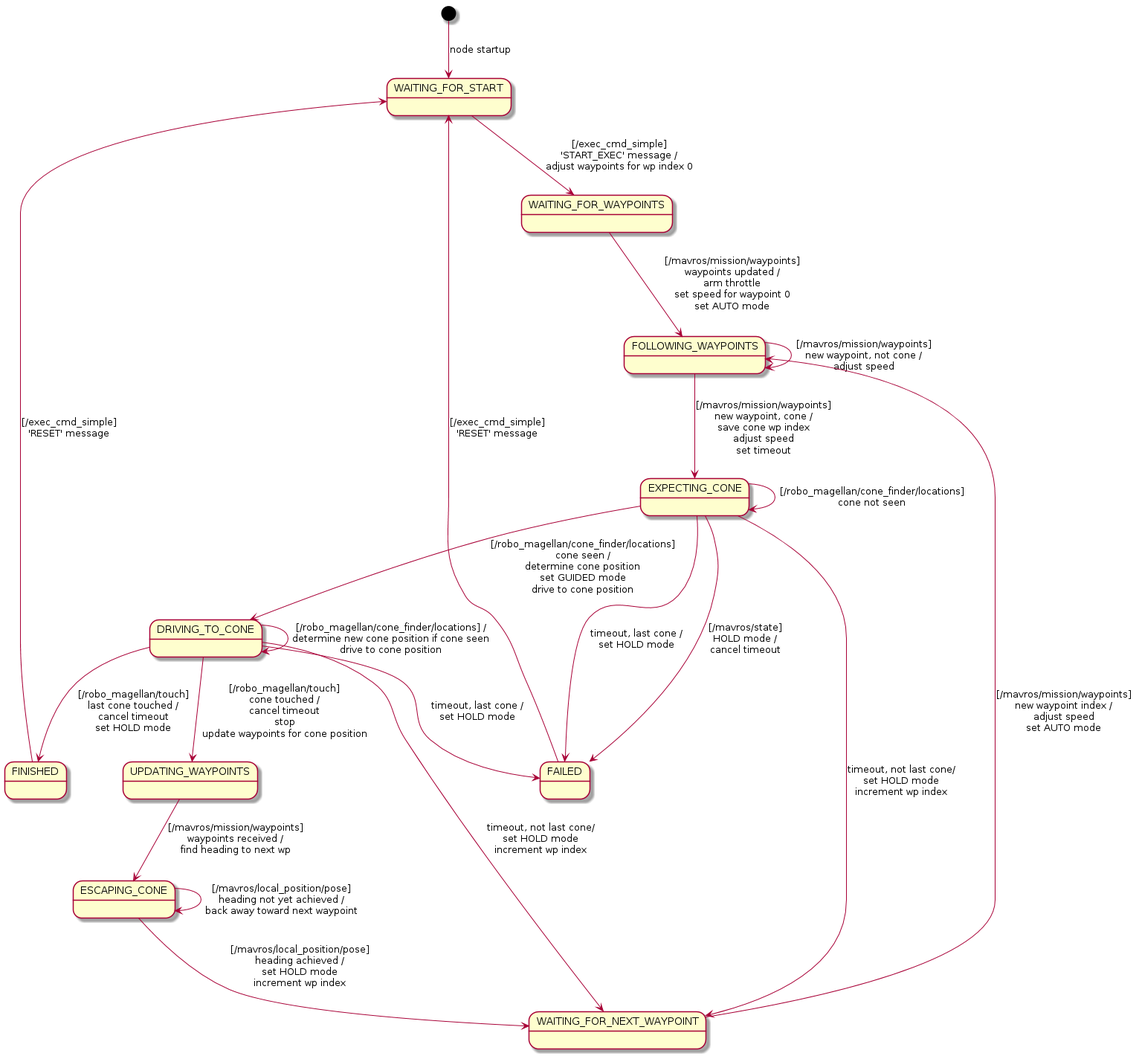
This is doc/state-diagram.png from ProgrammingRobotsStudyGroup/robo_magellan, a PlantUML export, as it was before one commit.
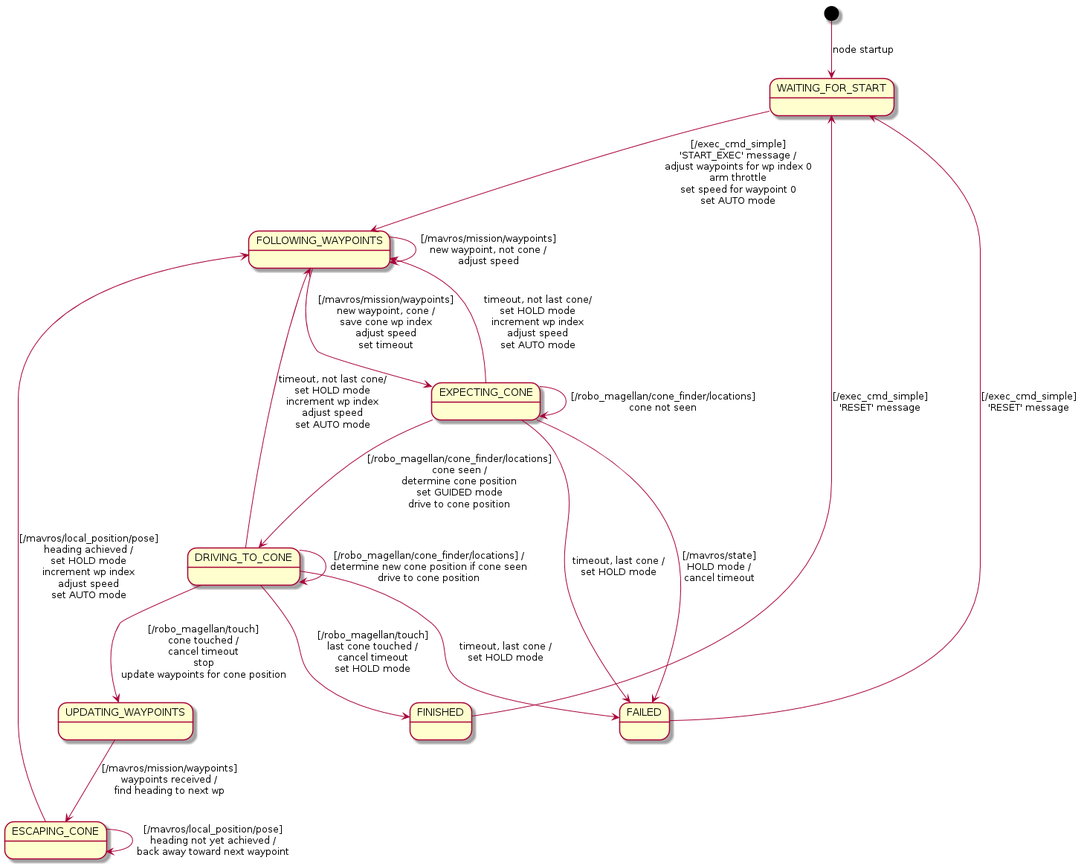
After the change.

Commit message:
Simplify state machine by omitting wayting for waypoint updates

Diff of the diagram source:
```diff
@@ -3,10 +3,7 @@
 [*] --> waitingForStart : node startup
 
 state "WAITING_FOR_START" as waitingForStart
-waitingForStart --> waitingForWaypoints : [/exec_cmd_simple]\n'START_EXEC' message /\nadjust waypoints for wp index 0
-
-state "WAITING_FOR_WAYPOINTS" as waitingForWaypoints
-waitingForWaypoints --> followingWaypoints : [/mavros/mission/waypoints]\nwaypoints updated /\narm throttle\nset speed for waypoint 0\nset AUTO mode
+waitingForStart --> followingWaypoints : [/exec_cmd_simple]\n'START_EXEC' message /\nadjust waypoints for wp index 0\narm throttle\nset speed for waypoint 0\nset AUTO mode
 
 state "FOLLOWING_WAYPOINTS" as followingWaypoints
 followingWaypoints --> followingWaypoints : [/mavros/mission/waypoints]\nnew waypoint, not cone /\nadjust speed
@@ -14,17 +11,14 @@
 
 state "EXPECTING_CONE" as expectingCone
 expectingCone --> expectingCone : [/robo_magellan/cone_finder/locations]\ncone not seen
-expectingCone --> waitingForNextWaypoint : timeout, not last cone/\nset HOLD mode\nincrement wp index
+expectingCone --> followingWaypoints : timeout, not last cone/\nset HOLD mode\nincrement wp index\nadjust speed\nset AUTO mode
 expectingCone --> drivingToCone : [/robo_magellan/cone_finder/locations]\ncone seen /\ndetermine cone position\nset GUIDED mode\ndrive to cone position
 expectingCone --> failed : [/mavros/state]\nHOLD mode /\ncancel timeout
 expectingCone --> failed : timeout, last cone /\nset HOLD mode
 
-state "WAITING_FOR_NEXT_WAYPOINT" as waitingForNextWaypoint
-waitingForNextWaypoint --> followingWaypoints : [/mavros/mission/waypoints]\nnew waypoint index /\nadjust speed\nset AUTO mode
-
 state "DRIVING_TO_CONE" as drivingToCone
 drivingToCone --> drivingToCone : [/robo_magellan/cone_finder/locations] /\ndetermine new cone position if cone seen\ndrive to cone position
-drivingToCone --> waitingForNextWaypoint : timeout, not last cone/\nset HOLD mode\nincrement wp index
+drivingToCone --> followingWaypoints : timeout, not last cone/\nset HOLD mode\nincrement wp index\nadjust speed\nset AUTO mode
 drivingToCone --> updatingWaypoints : [/robo_magellan/touch]\ncone touched /\ncancel timeout\nstop\nupdate waypoints for cone position
 drivingToCone --> failed : timeout, last cone /\nset HOLD mode
 drivingToCone --> finished : [/robo_magellan/touch]\nlast cone touched /\ncancel timeout\nset HOLD mode
@@ -34,7 +28,7 @@
 
 state "ESCAPING_CONE" as escapingCone
 escapingCone --> escapingCone : [/mavros/local_position/pose]\nheading not yet achieved /\nback away toward next waypoint
-escapingCone --> waitingForNextWaypoint : [/mavros/local_position/pose]\nheading achieved /\nset HOLD mode\nincrement wp index
+escapingCone --> followingWaypoints : [/mavros/local_position/pose]\nheading achieved /\nset HOLD mode\nincrement wp index\nadjust speed\nset AUTO mode
 
 state "FINISHED" as finished
 finished --> waitingForStart : [/exec_cmd_simple]\n'RESET' message
```
